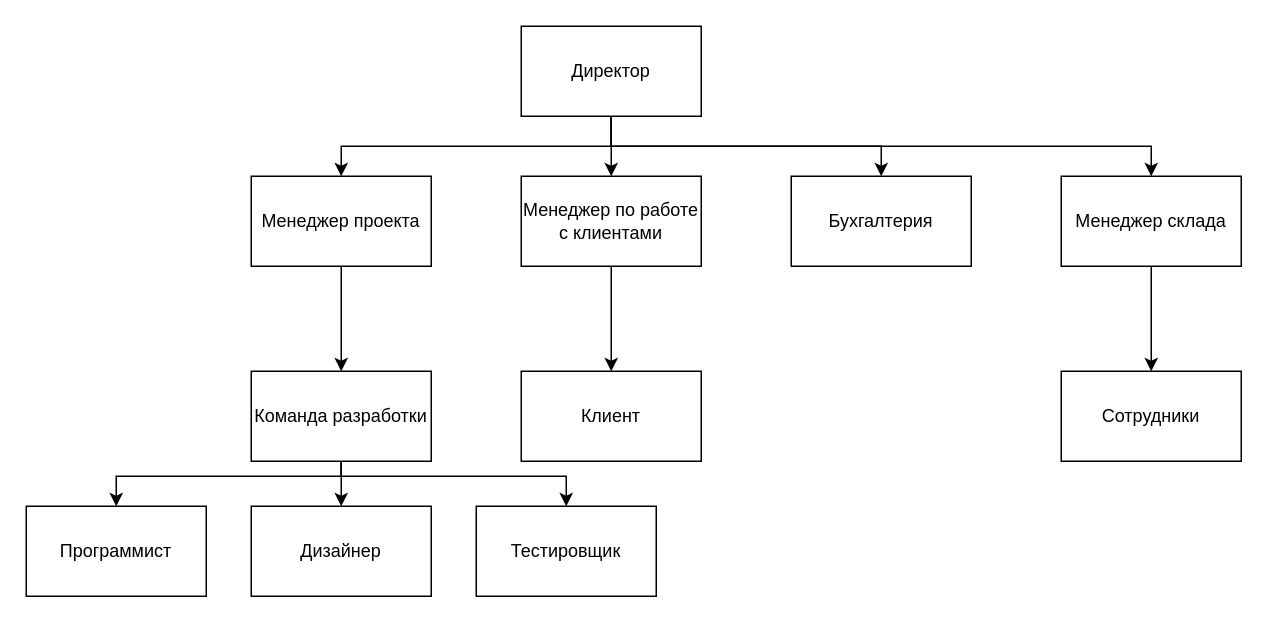
The draw.io diagram Практика 11.01/UML/Организационная диаграмма.drawio in Mirasali-1/Ychebnaya_Praktika, before the edit. Source tidied: cells renumbered, new cells numbered last; positions are measured from the earlier drawing's top-left corner, leaving out a move shared by most shapes. Both pictures are drawn from the tidied source at 150%, with x=0, y=0 at pixel (26, 26).
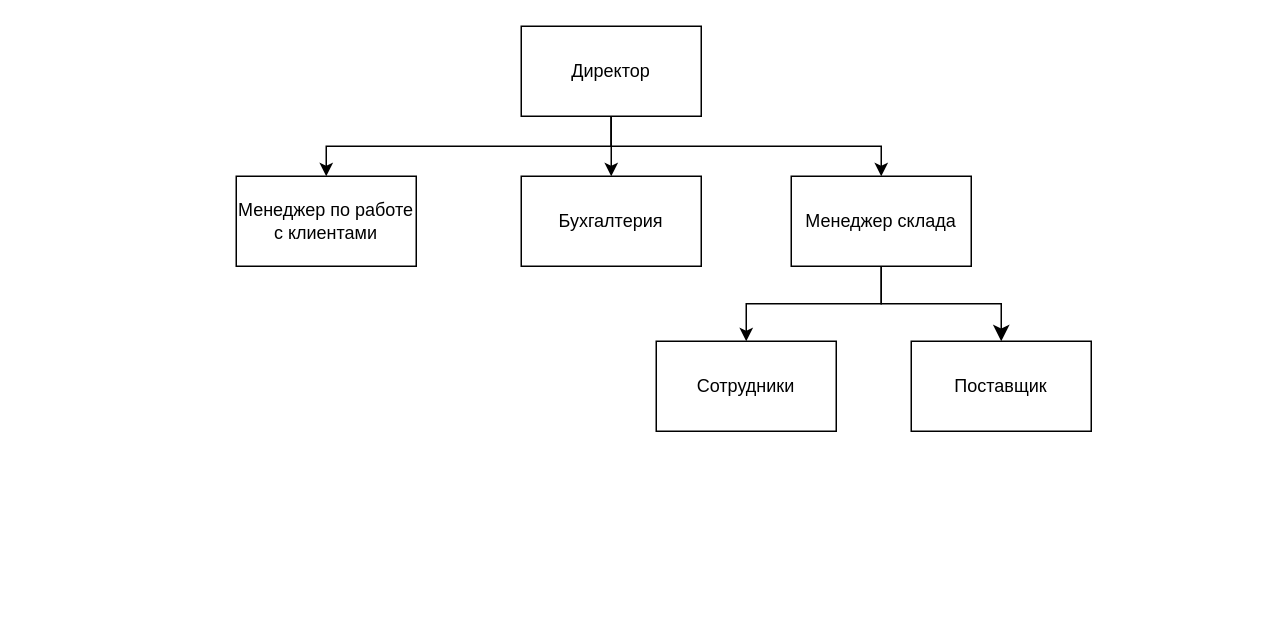
The same diagram, later.

The change refers to these unchanged cells:
```xml
<mxCell id="6" value="Директор" style="rounded=0;whiteSpace=wrap;html=1;" parent="1" vertex="1">
  <mxGeometry x="330" width="120" height="60" as="geometry" />
</mxCell>
```

What changed in the source:
```diff
@@
-    <mxCell id="4" style="edgeStyle=orthogonalEdgeStyle;rounded=0;jettySize=auto;html=1;exitX=0.5;exitY=1;exitDx=0;exitDy=0;entryX=0.5;entryY=0;entryDx=0;entryDy=0;" parent="1" edge="1" source="6" target="8">
-      <mxGeometry relative="1" as="geometry" />
-    </mxCell>
@@
-    <mxCell id="7" style="edgeStyle=orthogonalEdgeStyle;rounded=0;jettySize=auto;html=1;exitX=0.5;exitY=1;exitDx=0;exitDy=0;entryX=0.5;entryY=0;entryDx=0;entryDy=0;" parent="1" edge="1" source="8" target="14">
-      <mxGeometry relative="1" as="geometry" />
-    </mxCell>
-    <mxCell id="8" value="Менеджер проекта" style="rounded=0;whiteSpace=wrap;html=1;" parent="1" vertex="1">
-      <mxGeometry x="150" y="100" width="120" height="60" as="geometry" />
-    </mxCell>
     <mxCell id="9" value="Менеджер по работе с клиентами" style="rounded=0;whiteSpace=wrap;html=1;" parent="1" vertex="1">
-      <mxGeometry x="330" y="100" width="120" height="60" as="geometry" />
+      <mxGeometry x="140" y="100" width="120" height="60" as="geometry" />
     </mxCell>
     <mxCell id="10" value="Бухгалтерия" style="rounded=0;whiteSpace=wrap;html=1;" parent="1" vertex="1">
-      <mxGeometry x="510" y="100" width="120" height="60" as="geometry" />
+      <mxGeometry x="330" y="100" width="120" height="60" as="geometry" />
     </mxCell>
-    <mxCell id="11" style="edgeStyle=orthogonalEdgeStyle;rounded=0;jettySize=auto;html=1;exitX=0.5;exitY=1;exitDx=0;exitDy=0;entryX=0.5;entryY=0;entryDx=0;entryDy=0;" parent="1" edge="1" source="14" target="17">
-      <mxGeometry relative="1" as="geometry" />
-    </mxCell>
-    <mxCell id="12" style="edgeStyle=orthogonalEdgeStyle;rounded=0;jettySize=auto;html=1;exitX=0.5;exitY=1;exitDx=0;exitDy=0;entryX=0.5;entryY=0;entryDx=0;entryDy=0;" parent="1" edge="1" source="14" target="16">
-      <mxGeometry relative="1" as="geometry">
-        <Array as="points">
-          <mxPoint x="210" y="300" />
-          <mxPoint x="60" y="300" />
-        </Array>
-      </mxGeometry>
-    </mxCell>
-    <mxCell id="13" style="edgeStyle=orthogonalEdgeStyle;rounded=0;jettySize=auto;html=1;exitX=0.5;exitY=1;exitDx=0;exitDy=0;entryX=0.5;entryY=0;entryDx=0;entryDy=0;" parent="1" edge="1" source="14" target="18">
-      <mxGeometry relative="1" as="geometry">
-        <Array as="points">
-          <mxPoint x="210" y="300" />
-          <mxPoint x="360" y="300" />
-        </Array>
-      </mxGeometry>
-    </mxCell>
-    <mxCell id="14" value="Команда разработки" style="rounded=0;whiteSpace=wrap;html=1;" parent="1" vertex="1">
-      <mxGeometry x="150" y="230" width="120" height="60" as="geometry" />
-    </mxCell>
-    <mxCell id="15" value="Клиент" style="rounded=0;whiteSpace=wrap;html=1;" parent="1" vertex="1">
-      <mxGeometry x="330" y="230" width="120" height="60" as="geometry" />
-    </mxCell>
-    <mxCell id="16" value="Программист" style="rounded=0;whiteSpace=wrap;html=1;" parent="1" vertex="1">
-      <mxGeometry y="320" width="120" height="60" as="geometry" />
-    </mxCell>
-    <mxCell id="17" value="Дизайнер" style="rounded=0;whiteSpace=wrap;html=1;" parent="1" vertex="1">
-      <mxGeometry x="150" y="320" width="120" height="60" as="geometry" />
-    </mxCell>
-    <mxCell id="18" value="Тестировщик" style="rounded=0;whiteSpace=wrap;html=1;" parent="1" vertex="1">
-      <mxGeometry x="300" y="320" width="120" height="60" as="geometry" />
-    </mxCell>
-    <mxCell id="19" style="endArrow=classic;html=1;rounded=0;exitX=0.5;exitY=1;exitDx=0;exitDy=0;entryX=0.5;entryY=0;entryDx=0;entryDy=0;" parent="1" edge="1" source="9" target="15">
-      <mxGeometry relative="1" as="geometry" />
-    </mxCell>
@@
+    <mxCell id="23" style="edgeStyle=orthogonalEdgeStyle;rounded=0;jettySize=auto;html=1;exitX=0.5;exitY=1;exitDx=0;exitDy=0;entryX=0.5;entryY=0;entryDx=0;entryDy=0;fontSize=12;startSize=8;endSize=8;" parent="1" edge="1" source="21" target="24">
+      <mxGeometry relative="1" as="geometry" />
+    </mxCell>
     <mxCell id="21" value="Менеджер склада" style="rounded=0;whiteSpace=wrap;html=1;" parent="1" vertex="1">
-      <mxGeometry x="690" y="100" width="120" height="60" as="geometry" />
+      <mxGeometry x="510" y="100" width="120" height="60" as="geometry" />
     </mxCell>
     <mxCell id="22" value="Сотрудники" style="rounded=0;whiteSpace=wrap;html=1;" parent="1" vertex="1">
-      <mxGeometry x="690" y="230" width="120" height="60" as="geometry" />
+      <mxGeometry x="420" y="210" width="120" height="60" as="geometry" />
     </mxCell>
+    <mxCell id="24" value="Поставщик" style="rounded=0;whiteSpace=wrap;html=1;" parent="1" vertex="1">
+      <mxGeometry x="590" y="210" width="120" height="60" as="geometry" />
+    </mxCell>
```
